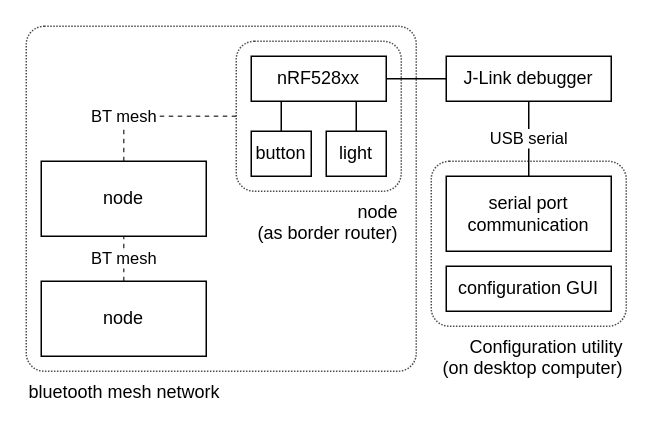
The draw.io diagram page "architecture-lv2" (2 of 4) of docs/fig.drawio in lonkaars/avans-domotica, before the edit. Source tidied: cells renumbered, new cells numbered last; positions are measured from the earlier drawing's top-left corner, leaving out a move shared by most shapes. Both pictures are drawn from the tidied source at 150%, with x=0, y=0 at pixel (26, 26).
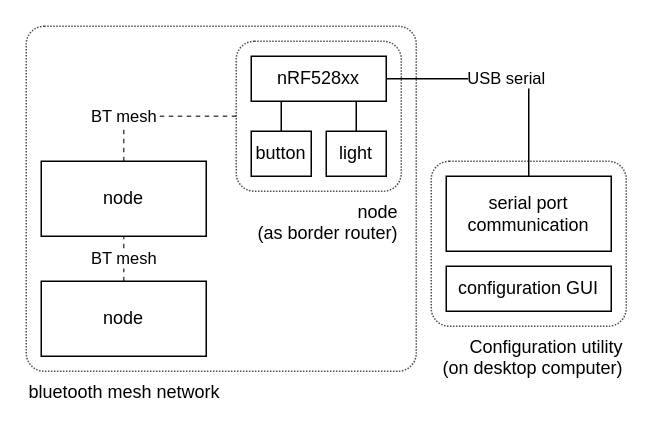
After the change.

The change refers to these unchanged cells:
```xml
<mxCell id="12" value="nRF528xx" style="rounded=0;whiteSpace=wrap;html=1;arcSize=24;absoluteArcSize=1;" parent="1" vertex="1">
  <mxGeometry x="150" y="20" width="90" height="30" as="geometry" />
</mxCell>
<mxCell id="15" value="serial port communication" style="rounded=0;whiteSpace=wrap;html=1;arcSize=24;absoluteArcSize=1;" parent="1" vertex="1">
  <mxGeometry x="280" y="100" width="110" height="50" as="geometry" />
</mxCell>
```

Diff of the diagram source:
```diff
@@
-    <mxCell id="14" value="USB serial" style="edgeStyle=orthogonalEdgeStyle;rounded=0;jettySize=auto;html=1;endArrow=none;endFill=0;" parent="1" edge="1" source="15" target="18">
-      <mxGeometry relative="1" as="geometry" />
+    <mxCell id="14" value="USB serial" style="edgeStyle=orthogonalEdgeStyle;rounded=0;jettySize=auto;html=1;endArrow=none;endFill=0;" parent="1" edge="1" source="15" target="12">
+      <mxGeometry relative="1" as="geometry">
+        <Array as="points">
+          <mxPoint x="335" y="35" />
+        </Array>
+      </mxGeometry>
     </mxCell>
@@
-    <mxCell id="17" style="edgeStyle=orthogonalEdgeStyle;rounded=0;jettySize=auto;html=1;endArrow=none;endFill=0;" parent="1" edge="1" source="18" target="12">
-      <mxGeometry relative="1" as="geometry" />
-    </mxCell>
-    <mxCell id="18" value="J-Link debugger" style="rounded=0;whiteSpace=wrap;html=1;arcSize=24;absoluteArcSize=1;" parent="1" vertex="1">
-      <mxGeometry x="280" y="20" width="110" height="30" as="geometry" />
-    </mxCell>
```
